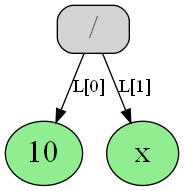
This is Differentiator/tree.png from Nechda/Techno_track, a Graphviz export, as it was before one commit. Its source is kept beside it as Differentiator/tree.dot. Its diagram source:
```dot
digraph{
node [color = "black", fontsize = 24, shape = "box", style = "filled, rounded", fillcolor = "lightgray"]
edge [color = "black", fontsize = 24]
"10" [shape = "ellipse", fillcolor = "lightgreen"]
"x" [shape = "ellipse", fillcolor = "lightgreen"]
 "/"
 "/" ->  "x" [label = "L[1]", fontsize = 14]
 "/" ->  "10" [label = "L[0]", fontsize = 14]
}
```
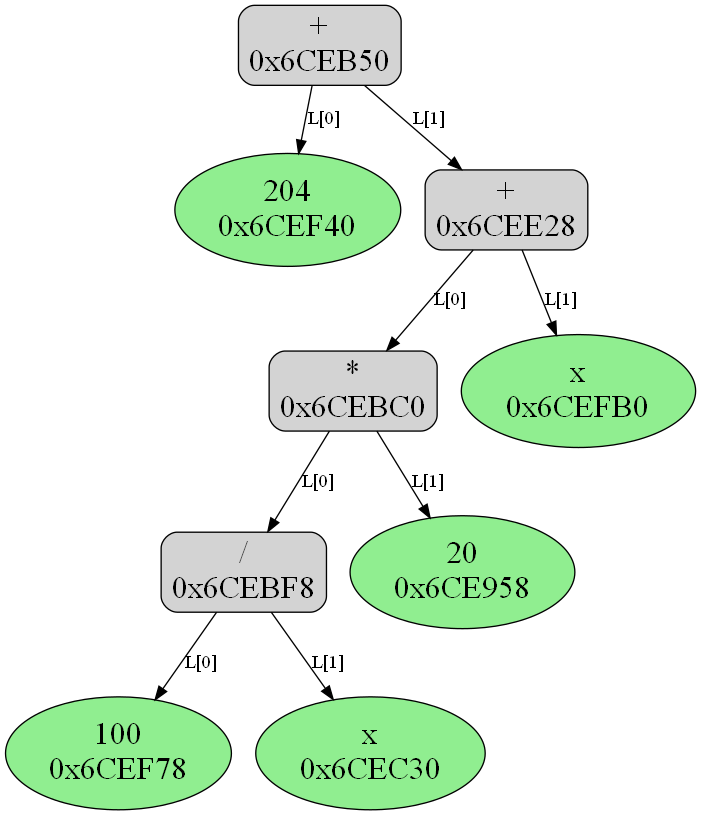
The same file after the commit.

Diff of the diagram source:
```diff
@@ -1,9 +1,46 @@
 digraph{
 node [color = "black", fontsize = 24, shape = "box", style = "filled, rounded", fillcolor = "lightgray"]
 edge [color = "black", fontsize = 24]
-"10" [shape = "ellipse", fillcolor = "lightgreen"]
-"x" [shape = "ellipse", fillcolor = "lightgreen"]
- "/"
- "/" ->  "x" [label = "L[1]", fontsize = 14]
- "/" ->  "10" [label = "L[0]", fontsize = 14]
+"204
+0x6CEF40" [shape = "ellipse", fillcolor = "lightgreen"]
+"100
+0x6CEF78" [shape = "ellipse", fillcolor = "lightgreen"]
+"x
+0x6CEC30" [shape = "ellipse", fillcolor = "lightgreen"]
+ "/
+0x6CEBF8"
+ "/
+0x6CEBF8" ->  "x
+0x6CEC30" [label = "L[1]", fontsize = 14]
+ "/
+0x6CEBF8" ->  "100
+0x6CEF78" [label = "L[0]", fontsize = 14]
+"20
+0x6CE958" [shape = "ellipse", fillcolor = "lightgreen"]
+ "*
+0x6CEBC0"
+ "*
+0x6CEBC0" ->  "20
+0x6CE958" [label = "L[1]", fontsize = 14]
+ "*
+0x6CEBC0" ->  "/
+0x6CEBF8" [label = "L[0]", fontsize = 14]
+"x
+0x6CEFB0" [shape = "ellipse", fillcolor = "lightgreen"]
+ "+
+0x6CEE28"
+ "+
+0x6CEE28" ->  "x
+0x6CEFB0" [label = "L[1]", fontsize = 14]
+ "+
+0x6CEE28" ->  "*
+0x6CEBC0" [label = "L[0]", fontsize = 14]
+ "+
+0x6CEB50"
+ "+
+0x6CEB50" ->  "+
+0x6CEE28" [label = "L[1]", fontsize = 14]
+ "+
+0x6CEB50" ->  "204
+0x6CEF40" [label = "L[0]", fontsize = 14]
 }
```
